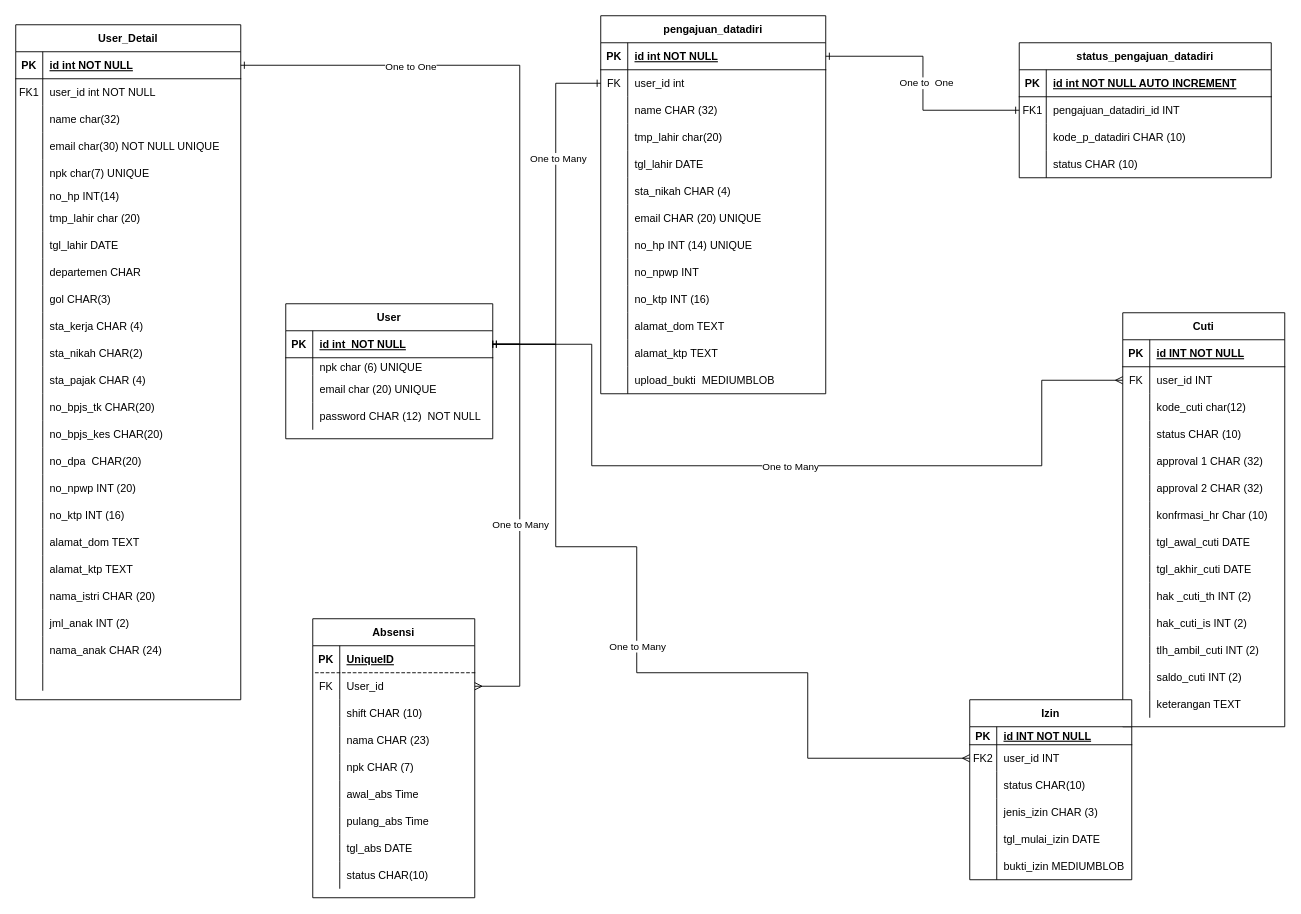
magang-aiia/ERD-Diagram keeps this draw.io diagram as page "ERD" (1 of 6) of ERDS1AR/ERD S1AR.drawio. Above is the earlier version. Source tidied: cells renumbered, new cells numbered last; positions are measured from the earlier drawing's top-left corner, leaving out a move shared by most shapes. Both pictures are drawn from the tidied source at 90%, with x=0, y=0 at pixel (15, 15).
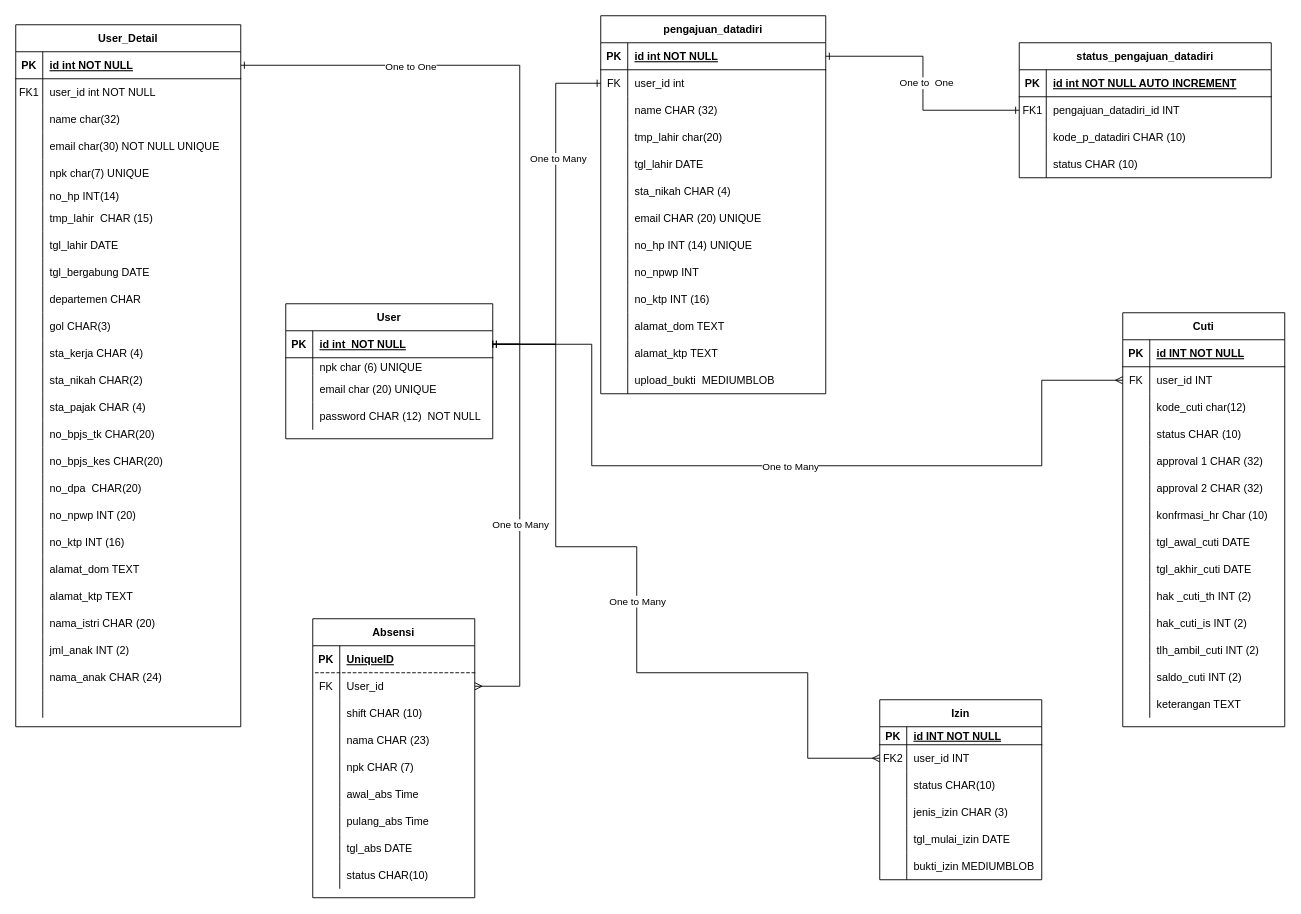
The same diagram, later.

Commit message:
tgl bergabung telah ditaruh di user_detail ERD S1AR.drawio

The change refers to these unchanged cells:
```xml
<mxCell id="21" style="shape=partialRectangle;fillColor=none;top=0;left=0;right=0;bottom=0;" parent="2" vertex="1">
  <mxGeometry y="200" width="250" height="30" as="geometry" />
</mxCell>
```

Diff of the diagram source:
```diff
@@
     <mxCell id="2" value="User_Detail" style="shape=table;startSize=30;childLayout=tableLayout;rowLines=0;fontStyle=1;align=center;" parent="1" vertex="1">
-      <mxGeometry y="10" width="250" height="750" as="geometry" />
+      <mxGeometry y="10" width="250" height="780" as="geometry" />
     </mxCell>
@@
-    <mxCell id="23" value="tmp_lahir char (20) " style="shape=partialRectangle;overflow=hidden;fillColor=none;top=0;left=0;bottom=0;right=0;align=left;spacingLeft=6;" parent="21" vertex="1">
+    <mxCell id="23" value="tmp_lahir  CHAR (15) " style="shape=partialRectangle;overflow=hidden;fillColor=none;top=0;left=0;bottom=0;right=0;align=left;spacingLeft=6;" parent="21" vertex="1">
       <mxGeometry x="30" width="220" height="30" as="geometry" />
     </mxCell>
@@
+    <mxCell id="243" style="shape=partialRectangle;fillColor=none;top=0;left=0;right=0;bottom=0;" parent="2" vertex="1">
+      <mxGeometry y="260" width="250" height="30" as="geometry" />
+    </mxCell>
+    <mxCell id="244" style="shape=partialRectangle;overflow=hidden;fillColor=none;top=0;left=0;bottom=0;right=0;" parent="243" vertex="1">
+      <mxGeometry width="30" height="30" as="geometry" />
+    </mxCell>
+    <mxCell id="245" value="tgl_bergabung DATE" style="shape=partialRectangle;overflow=hidden;fillColor=none;top=0;left=0;bottom=0;right=0;align=left;spacingLeft=6;" parent="243" vertex="1">
+      <mxGeometry x="30" width="220" height="30" as="geometry" />
+    </mxCell>
     <mxCell id="27" style="shape=partialRectangle;fillColor=none;top=0;left=0;right=0;bottom=0;" parent="2" vertex="1">
-      <mxGeometry y="260" width="250" height="30" as="geometry" />
+      <mxGeometry y="290" width="250" height="30" as="geometry" />
     </mxCell>
@@
     <mxCell id="30" style="shape=partialRectangle;fillColor=none;top=0;left=0;right=0;bottom=0;" parent="2" vertex="1">
-      <mxGeometry y="290" width="250" height="30" as="geometry" />
+      <mxGeometry y="320" width="250" height="30" as="geometry" />
     </mxCell>
@@
     <mxCell id="33" style="shape=partialRectangle;fillColor=none;top=0;left=0;right=0;bottom=0;" parent="2" vertex="1">
-      <mxGeometry y="320" width="250" height="30" as="geometry" />
+      <mxGeometry y="350" width="250" height="30" as="geometry" />
     </mxCell>
@@
     <mxCell id="36" style="shape=partialRectangle;fillColor=none;top=0;left=0;right=0;bottom=0;" parent="2" vertex="1">
-      <mxGeometry y="350" width="250" height="30" as="geometry" />
+      <mxGeometry y="380" width="250" height="30" as="geometry" />
     </mxCell>
@@
     <mxCell id="39" style="shape=partialRectangle;fillColor=none;top=0;left=0;right=0;bottom=0;" parent="2" vertex="1">
-      <mxGeometry y="380" width="250" height="30" as="geometry" />
+      <mxGeometry y="410" width="250" height="30" as="geometry" />
     </mxCell>
@@
     <mxCell id="42" style="shape=partialRectangle;fillColor=none;top=0;left=0;right=0;bottom=0;" parent="2" vertex="1">
-      <mxGeometry y="410" width="250" height="30" as="geometry" />
+      <mxGeometry y="440" width="250" height="30" as="geometry" />
     </mxCell>
@@
     <mxCell id="45" style="shape=partialRectangle;fillColor=none;top=0;left=0;right=0;bottom=0;" parent="2" vertex="1">
-      <mxGeometry y="440" width="250" height="30" as="geometry" />
+      <mxGeometry y="470" width="250" height="30" as="geometry" />
     </mxCell>
@@
     <mxCell id="48" style="shape=partialRectangle;fillColor=none;top=0;left=0;right=0;bottom=0;" parent="2" vertex="1">
-      <mxGeometry y="470" width="250" height="30" as="geometry" />
+      <mxGeometry y="500" width="250" height="30" as="geometry" />
     </mxCell>
@@
     <mxCell id="51" style="shape=partialRectangle;fillColor=none;top=0;left=0;right=0;bottom=0;" parent="2" vertex="1">
-      <mxGeometry y="500" width="250" height="30" as="geometry" />
+      <mxGeometry y="530" width="250" height="30" as="geometry" />
     </mxCell>
@@
     <mxCell id="54" style="shape=partialRectangle;fillColor=none;top=0;left=0;right=0;bottom=0;" parent="2" vertex="1">
-      <mxGeometry y="530" width="250" height="30" as="geometry" />
+      <mxGeometry y="560" width="250" height="30" as="geometry" />
     </mxCell>
@@
     <mxCell id="57" style="shape=partialRectangle;fillColor=none;top=0;left=0;right=0;bottom=0;" parent="2" vertex="1">
-      <mxGeometry y="560" width="250" height="30" as="geometry" />
+      <mxGeometry y="590" width="250" height="30" as="geometry" />
     </mxCell>
@@
     <mxCell id="60" style="shape=partialRectangle;fillColor=none;top=0;left=0;right=0;bottom=0;" parent="2" vertex="1">
-      <mxGeometry y="590" width="250" height="30" as="geometry" />
+      <mxGeometry y="620" width="250" height="30" as="geometry" />
     </mxCell>
@@
     <mxCell id="63" style="shape=partialRectangle;fillColor=none;top=0;left=0;right=0;bottom=0;" parent="2" vertex="1">
-      <mxGeometry y="620" width="250" height="30" as="geometry" />
+      <mxGeometry y="650" width="250" height="30" as="geometry" />
     </mxCell>
@@
     <mxCell id="66" style="shape=partialRectangle;fillColor=none;top=0;left=0;right=0;bottom=0;" parent="2" vertex="1">
-      <mxGeometry y="650" width="250" height="30" as="geometry" />
+      <mxGeometry y="680" width="250" height="30" as="geometry" />
     </mxCell>
@@
     <mxCell id="69" style="shape=partialRectangle;fillColor=none;top=0;left=0;right=0;bottom=0;" parent="2" vertex="1">
-      <mxGeometry y="680" width="250" height="30" as="geometry" />
+      <mxGeometry y="710" width="250" height="30" as="geometry" />
     </mxCell>
@@
     <mxCell id="72" style="shape=partialRectangle;fillColor=none;top=0;left=0;right=0;bottom=0;" parent="2" vertex="1">
-      <mxGeometry y="710" width="250" height="30" as="geometry" />
+      <mxGeometry y="740" width="250" height="30" as="geometry" />
     </mxCell>
@@
     <mxCell id="171" value="Izin" style="shape=table;startSize=30;childLayout=tableLayout;rowLines=0;fontStyle=1;align=center;rounded=0;" parent="1" vertex="1">
-      <mxGeometry x="1060" y="760" width="180" height="200" as="geometry" />
+      <mxGeometry x="960" y="760" width="180" height="200" as="geometry" />
     </mxCell>
```
